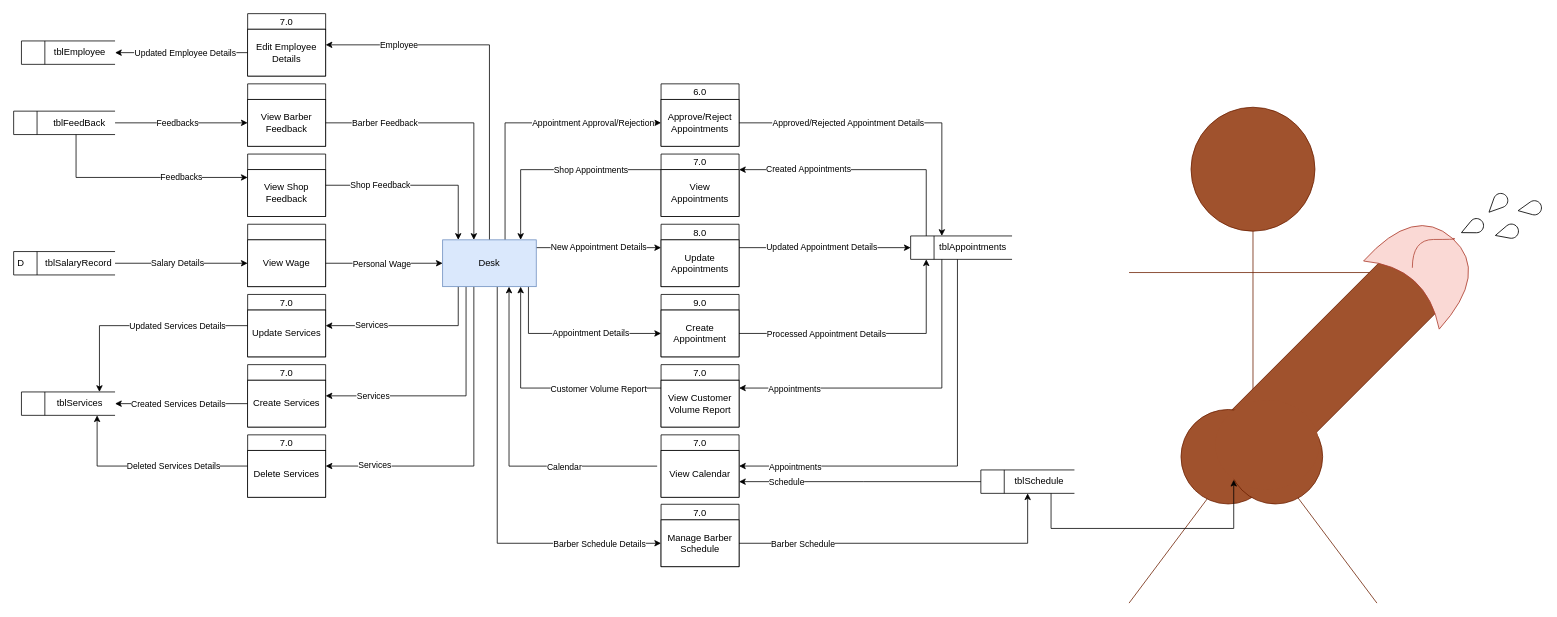
Before: page "Desk" (2 of 5) of Diagrams/Data flow.drawio in iampotato16/AppointCut, a draw.io diagram. Source tidied: cells renumbered, new cells numbered last; positions are measured from the earlier drawing's top-left corner, leaving out a move shared by most shapes. Both pictures are drawn from the tidied source at 78%, with x=0, y=0 at pixel (13, 13).
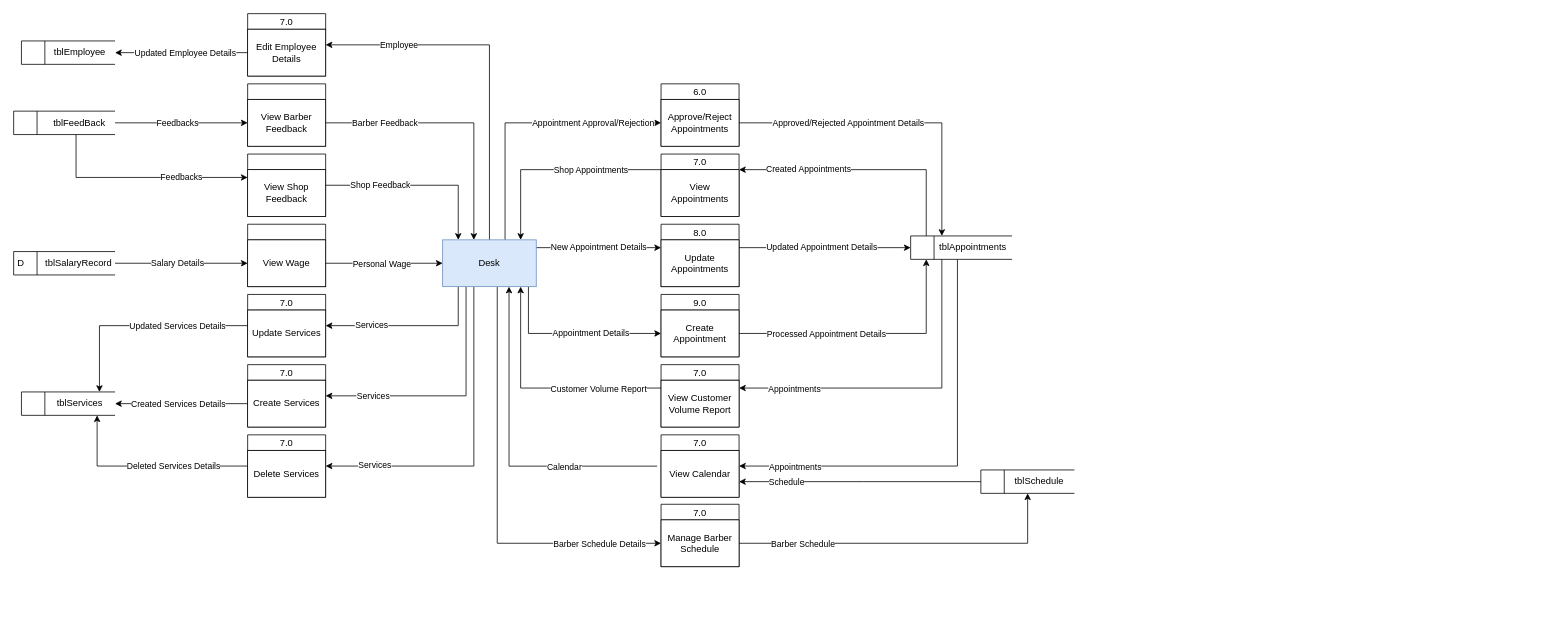
The same diagram, later.

The change refers to these unchanged cells:
```xml
<mxCell id="80" value="tblSchedule" style="text;html=1;strokeColor=none;fillColor=none;align=center;verticalAlign=middle;whiteSpace=wrap;rounded=0;sketch=0;" parent="78" vertex="1">
  <mxGeometry x="30" y="-5" width="90" height="30" as="geometry" />
</mxCell>
```

Change to the diagram source:
```diff
@@
-    <mxCell id="44" style="group;" parent="1" vertex="1">
-      <mxGeometry x="1430" y="120" width="530.2" height="635.7" as="geometry" />
-    </mxCell>
-    <mxCell id="45" style="group;" parent="44" vertex="1">
-      <mxGeometry width="463.1" height="635.7" as="geometry" />
-    </mxCell>
-    <mxCell id="46" style="shape=umlActor;verticalLabelPosition=bottom;verticalAlign=top;html=1;fillColor=#a0522d;strokeColor=#6D1F00;fontColor=#ffffff;" parent="45" vertex="1">
-      <mxGeometry width="317.8" height="635.7" as="geometry" />
-    </mxCell>
-    <mxCell id="47" style="rounded=1;whiteSpace=wrap;html=1;rotation=-45;fillColor=#a0522d;strokeColor=#6D1F00;fontColor=#ffffff;" parent="45" vertex="1">
-      <mxGeometry x="75.1" y="287" width="355.7" height="96.9" as="geometry" />
-    </mxCell>
-    <mxCell id="48" style="ellipse;whiteSpace=wrap;html=1;fillColor=#a0522d;strokeColor=#6D1F00;fontColor=#ffffff;" parent="45" vertex="1">
-      <mxGeometry x="66.6" y="387.5" width="121.1" height="121.1" as="geometry" />
-    </mxCell>
-    <mxCell id="49" style="ellipse;whiteSpace=wrap;html=1;fillColor=#a0522d;strokeColor=#6D1F00;fontColor=#ffffff;" parent="45" vertex="1">
-      <mxGeometry x="127.1" y="387.5" width="121.1" height="121.1" as="geometry" />
-    </mxCell>
-    <mxCell id="50" style="ellipse;whiteSpace=wrap;html=1;strokeColor=none;fillColor=#a0522d;fontColor=#ffffff;" parent="45" vertex="1">
-      <mxGeometry x="110.5" y="375.3" width="133.2" height="115" as="geometry" />
-    </mxCell>
-    <mxCell id="51" style="shape=xor;whiteSpace=wrap;html=1;rotation=312;fillColor=#fad9d5;strokeColor=#ae4132;" parent="45" vertex="1">
-      <mxGeometry x="333" y="139.2" width="97.8" height="130.5" as="geometry" />
-    </mxCell>
-    <mxCell id="52" style="curved=1;endArrow=none;html=1;rounded=0;edgeStyle=orthogonalEdgeStyle;endFill=0;entryX=1;entryY=0.5;entryDx=0;entryDy=0;entryPerimeter=0;fillColor=#fad9d5;strokeColor=#ae4132;" parent="45" edge="1" target="51">
-      <mxGeometry relative="1" as="geometry">
-        <mxPoint x="363.2" y="205.8" as="sourcePoint" />
-        <Array as="points">
-          <mxPoint x="363.2" y="169.5" />
-          <mxPoint x="417.7" y="169.5" />
-        </Array>
-      </mxGeometry>
-    </mxCell>
-    <mxCell id="53" style="verticalLabelPosition=bottom;verticalAlign=top;html=1;shape=mxgraph.basic.drop;rotation=-115;" parent="45" vertex="1">
-      <mxGeometry x="430.8" y="139.2" width="18.2" height="30.3" as="geometry" />
-    </mxCell>
-    <mxCell id="54" style="verticalLabelPosition=bottom;verticalAlign=top;html=1;shape=mxgraph.basic.drop;rotation=-100;" parent="44" vertex="1">
-      <mxGeometry x="504.6" y="114.8" width="18.2" height="30.3" as="geometry" />
-    </mxCell>
-    <mxCell id="55" style="verticalLabelPosition=bottom;verticalAlign=top;html=1;shape=mxgraph.basic.drop;rotation=-135;" parent="44" vertex="1">
-      <mxGeometry x="463.1" y="108.7" width="18.2" height="30.3" as="geometry" />
-    </mxCell>
-    <mxCell id="56" style="verticalLabelPosition=bottom;verticalAlign=top;html=1;shape=mxgraph.basic.drop;rotation=-105;" parent="44" vertex="1">
-      <mxGeometry x="475.2" y="145.3" width="18.2" height="30.3" as="geometry" />
-    </mxCell>
@@
-    <mxCell id="83" style="edgeStyle=orthogonalEdgeStyle;rounded=0;jettySize=auto;html=1;startArrow=none;startFill=0;endArrow=classic;endFill=1;entryX=0.178;entryY=0.89;entryDx=0;entryDy=0;entryPerimeter=0;" parent="1" edge="1" source="80" target="50">
-      <mxGeometry relative="1" as="geometry">
-        <Array as="points">
-          <mxPoint x="1330" y="660" />
-          <mxPoint x="1564" y="660" />
-        </Array>
-      </mxGeometry>
-    </mxCell>
```
